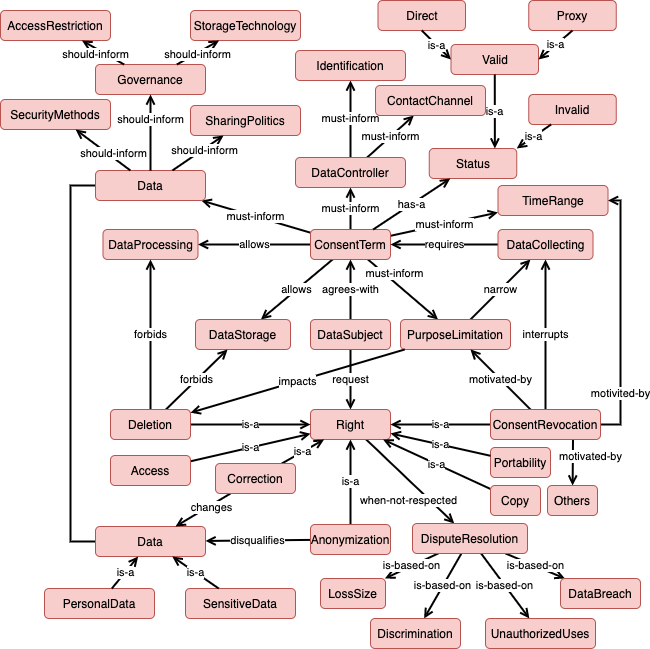
Above: img/DataPortabilityImpact.png in phalves/GoDReP (draw.io), before the change. Source tidied: cells renumbered, new cells last; positions are measured from the earlier drawing's top-left corner, leaving out a move shared by most shapes.
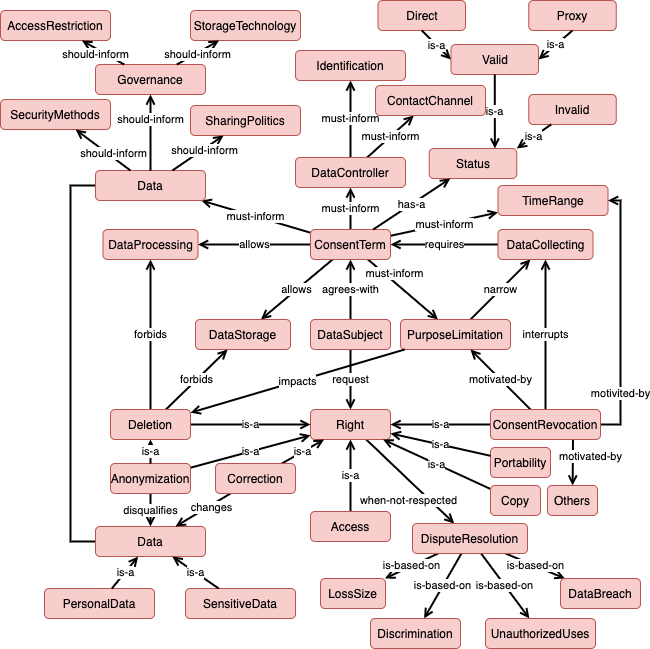
After the commit.

What changed in the source:
```diff
@@ -121,7 +121,7 @@
       <mxGeometry relative="1" as="geometry" />
     </mxCell>
     <mxCell id="38" value="Anonymization" style="rounded=1;whiteSpace=wrap;html=1;fillColor=#f8cecc;strokeColor=#b85450;" parent="1" vertex="1">
-      <mxGeometry x="310" y="524" width="80" height="30" as="geometry" />
+      <mxGeometry x="110" y="463" width="80" height="30" as="geometry" />
     </mxCell>
     <mxCell id="39" value="is-a" style="edgeStyle=none;rounded=0;jettySize=auto;html=1;endArrow=open;endFill=0;strokeWidth=2;" parent="1" edge="1" source="41" target="26">
       <mxGeometry relative="1" as="geometry" />
@@ -178,7 +178,7 @@
       <mxGeometry relative="1" as="geometry" />
     </mxCell>
     <mxCell id="57" value="Access" style="rounded=1;whiteSpace=wrap;html=1;fillColor=#f8cecc;strokeColor=#b85450;" parent="1" vertex="1">
-      <mxGeometry x="110" y="455" width="80" height="30" as="geometry" />
+      <mxGeometry x="310" y="511" width="80" height="30" as="geometry" />
     </mxCell>
     <mxCell id="58" value="is-a" style="edgeStyle=none;rounded=0;jettySize=auto;html=1;endArrow=open;endFill=0;strokeWidth=2;" parent="1" edge="1" source="59" target="26">
       <mxGeometry relative="1" as="geometry" />
@@ -270,5 +270,8 @@
     <mxCell id="87" value="is-a" style="edgeStyle=none;rounded=0;jettySize=auto;html=1;endArrow=open;endFill=0;strokeWidth=2;exitX=0.5;exitY=1;exitDx=0;exitDy=0;entryX=1;entryY=0.5;entryDx=0;entryDy=0;" parent="1" edge="1" source="85" target="80">
       <mxGeometry relative="1" as="geometry" />
     </mxCell>
+    <mxCell id="88" value="is-a" style="edgeStyle=none;rounded=0;jettySize=auto;html=1;endArrow=open;endFill=0;strokeWidth=2;" parent="1" edge="1" source="38" target="45">
+      <mxGeometry relative="1" as="geometry" />
+    </mxCell>
   </root>
 </mxGraphModel>
```
